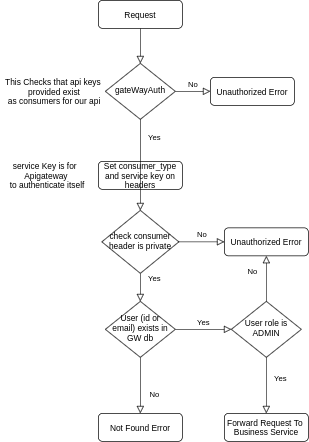
This is images/private-auth.png from mu-majid/trivago-case-study, a draw.io export, as it was before one commit. Source tidied: cells renumbered, new cells last; positions are measured from the earlier drawing's top-left corner, leaving out a move shared by most shapes.
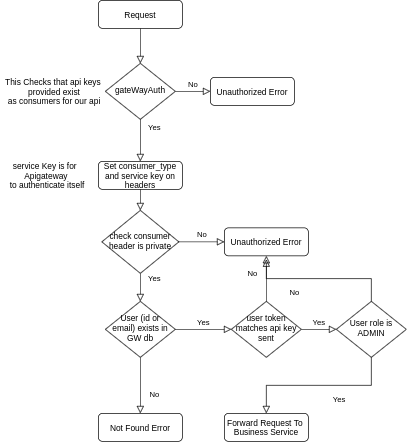
Later version of the same file.

What changed in the source:
```diff
@@ -23,7 +23,7 @@
     <mxCell id="8" value="No" style="rounded=0;html=1;jettySize=auto;fontSize=11;endArrow=block;endFill=0;endSize=8;strokeWidth=1;shadow=0;labelBackgroundColor=none;edgeStyle=orthogonalEdgeStyle;entryX=0.5;entryY=0;entryDx=0;entryDy=0;" parent="1" edge="1" source="10" target="14">
       <mxGeometry x="0.33" y="20" relative="1" as="geometry" />
     </mxCell>
-    <mxCell id="9" value="Yes" style="edgeStyle=orthogonalEdgeStyle;rounded=0;html=1;jettySize=auto;fontSize=11;endArrow=block;endFill=0;endSize=8;strokeWidth=1;shadow=0;labelBackgroundColor=none;entryX=0;entryY=0.5;entryDx=0;entryDy=0;" parent="1" edge="1" source="10" target="16">
+    <mxCell id="9" value="Yes" style="edgeStyle=orthogonalEdgeStyle;rounded=0;html=1;jettySize=auto;fontSize=11;endArrow=block;endFill=0;endSize=8;strokeWidth=1;shadow=0;labelBackgroundColor=none;entryX=0;entryY=0.5;entryDx=0;entryDy=0;" parent="1" edge="1" source="24" target="16">
       <mxGeometry y="10" relative="1" as="geometry" />
     </mxCell>
     <mxCell id="10" value="User (id or email) exists in GW db" style="rhombus;whiteSpace=wrap;html=1;shadow=0;fontFamily=Helvetica;fontSize=12;align=center;strokeWidth=1;spacing=6;spacingTop=-4;" parent="1" vertex="1">
@@ -45,13 +45,15 @@
       <mxGeometry x="320" y="590" width="120" height="40" as="geometry" />
     </mxCell>
     <mxCell id="16" value="User role is ADMIN" style="rhombus;whiteSpace=wrap;html=1;shadow=0;fontFamily=Helvetica;fontSize=12;align=center;strokeWidth=1;spacing=6;spacingTop=-4;" parent="1" vertex="1">
-      <mxGeometry x="330" y="430" width="100" height="80" as="geometry" />
+      <mxGeometry x="480" y="430" width="100" height="80" as="geometry" />
     </mxCell>
     <mxCell id="17" value="check consumer header is private" style="rhombus;whiteSpace=wrap;html=1;shadow=0;fontFamily=Helvetica;fontSize=12;align=center;strokeWidth=1;spacing=6;spacingTop=-4;" parent="1" vertex="1">
       <mxGeometry x="145" y="300" width="110" height="90" as="geometry" />
     </mxCell>
-    <mxCell id="18" value="Yes" style="rounded=0;html=1;jettySize=auto;fontSize=11;endArrow=block;endFill=0;endSize=8;strokeWidth=1;shadow=0;labelBackgroundColor=none;edgeStyle=orthogonalEdgeStyle;" parent="1" edge="1" source="6" target="17">
-      <mxGeometry x="-0.6" y="20" relative="1" as="geometry" />
+    <mxCell id="18" value="Yes" style="rounded=0;html=1;jettySize=auto;fontSize=11;endArrow=block;endFill=0;endSize=8;strokeWidth=1;shadow=0;labelBackgroundColor=none;edgeStyle=orthogonalEdgeStyle;" parent="1" edge="1" source="6">
+      <mxGeometry x="-0.6" y="20" relative="1" as="geometry">
+        <mxPoint x="200" y="230" as="targetPoint" />
+      </mxGeometry>
     </mxCell>
     <mxCell id="19" value="No" style="edgeStyle=orthogonalEdgeStyle;rounded=0;html=1;jettySize=auto;fontSize=11;endArrow=block;endFill=0;endSize=8;strokeWidth=1;shadow=0;labelBackgroundColor=none;exitX=1;exitY=0.5;exitDx=0;exitDy=0;entryX=0;entryY=0.5;entryDx=0;entryDy=0;" parent="1" edge="1" source="17" target="20">
       <mxGeometry y="10" relative="1" as="geometry" />
@@ -65,5 +67,19 @@
     <mxCell id="22" value="Yes" style="rounded=0;html=1;jettySize=auto;fontSize=11;endArrow=block;endFill=0;endSize=8;strokeWidth=1;shadow=0;labelBackgroundColor=none;edgeStyle=orthogonalEdgeStyle;entryX=0.5;entryY=0;entryDx=0;entryDy=0;exitX=0.5;exitY=1;exitDx=0;exitDy=0;" parent="1" edge="1" source="16" target="15">
       <mxGeometry x="-0.25" y="20" relative="1" as="geometry" />
     </mxCell>
+    <mxCell id="23" style="rounded=0;html=1;jettySize=auto;fontSize=11;endArrow=block;endFill=0;endSize=8;strokeWidth=1;shadow=0;labelBackgroundColor=none;edgeStyle=orthogonalEdgeStyle;entryX=0.5;entryY=0;entryDx=0;entryDy=0;exitX=0.5;exitY=1;exitDx=0;exitDy=0;" parent="1" edge="1" source="12" target="17">
+      <mxGeometry x="-0.6" y="20" relative="1" as="geometry" />
+    </mxCell>
+    <mxCell id="24" value="user token matches api key sent" style="rhombus;whiteSpace=wrap;html=1;shadow=0;fontFamily=Helvetica;fontSize=12;align=center;strokeWidth=1;spacing=6;spacingTop=-4;" parent="1" vertex="1">
+      <mxGeometry x="330" y="430" width="100" height="80" as="geometry" />
+    </mxCell>
+    <mxCell id="25" value="Yes" style="edgeStyle=orthogonalEdgeStyle;rounded=0;html=1;jettySize=auto;fontSize=11;endArrow=block;endFill=0;endSize=8;strokeWidth=1;shadow=0;labelBackgroundColor=none;entryX=0;entryY=0.5;entryDx=0;entryDy=0;" parent="1" edge="1" source="10" target="24">
+      <mxGeometry y="10" relative="1" as="geometry" />
+    </mxCell>
+    <mxCell id="26" value="No" style="rounded=0;html=1;jettySize=auto;fontSize=11;endArrow=block;endFill=0;endSize=8;strokeWidth=1;shadow=0;labelBackgroundColor=none;edgeStyle=orthogonalEdgeStyle;exitX=0.5;exitY=0;exitDx=0;exitDy=0;" parent="1" edge="1" source="24">
+      <mxGeometry x="0.33" y="20" relative="1" as="geometry">
+        <mxPoint x="380" y="370" as="targetPoint" />
+      </mxGeometry>
+    </mxCell>
   </root>
 </mxGraphModel>
```
